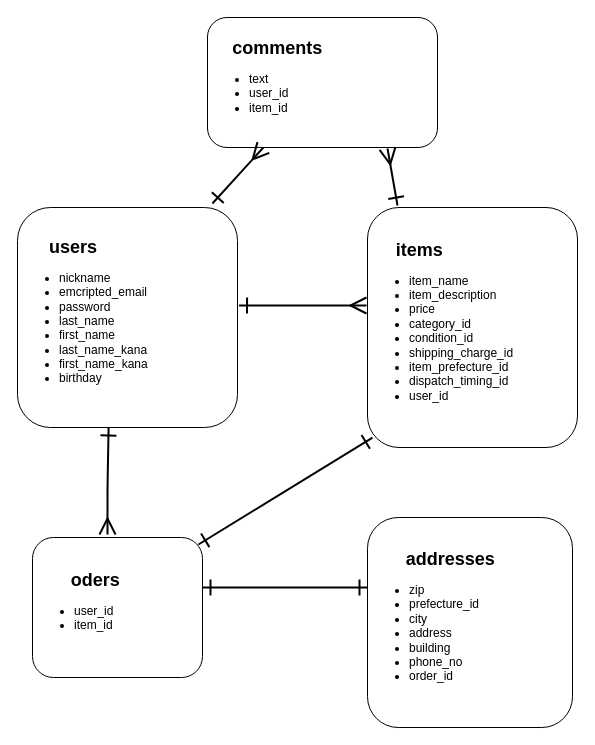
Earlier version of the draw.io diagram ER.drawio (ariyawala/furima-32539). Source tidied: cells renumbered, new cells numbered last; positions are measured from the earlier drawing's top-left corner, leaving out a move shared by most shapes. Both pictures are drawn from the tidied source at 100%, with x=0, y=0 at pixel (17, 17).
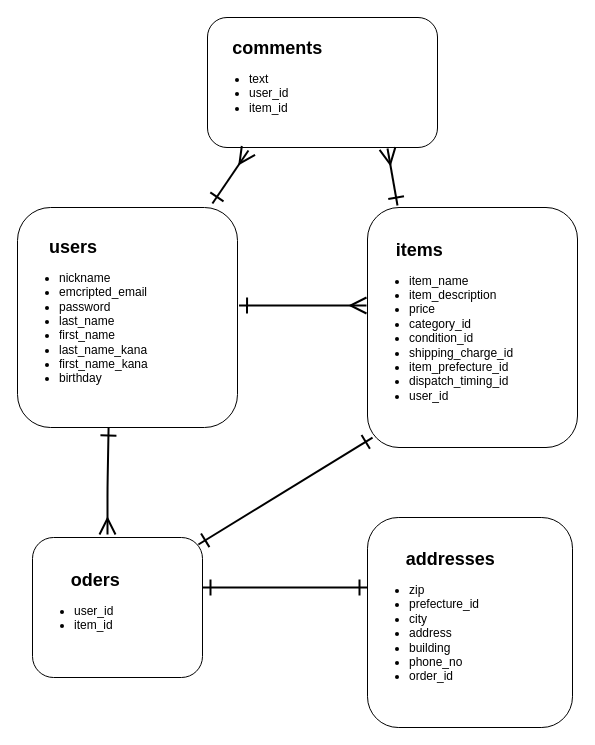
Above is the later version.

What changed in the source:
```diff
@@
 <mxGraphModel>
   <root>
     <mxCell id="0" />
     <mxCell id="1" parent="0" />
     <mxCell id="2" value="&amp;nbsp; &amp;nbsp; &amp;nbsp; &amp;nbsp; &amp;nbsp;&lt;b&gt;&lt;font style=&quot;font-size: 18px&quot;&gt;users&lt;/font&gt;&lt;/b&gt;&lt;br&gt;&lt;ul&gt;&lt;li&gt;nickname&lt;/li&gt;&lt;li&gt;emcripted_email&lt;/li&gt;&lt;li&gt;password&lt;/li&gt;&lt;li&gt;last_name&lt;/li&gt;&lt;li&gt;first_name&lt;/li&gt;&lt;li&gt;last_name_kana&lt;/li&gt;&lt;li&gt;first_name_kana&lt;/li&gt;&lt;li&gt;birthday&lt;/li&gt;&lt;/ul&gt;" style="rounded=1;whiteSpace=wrap;html=1;align=left;" parent="1" vertex="1">
       <mxGeometry y="190" width="220" height="220" as="geometry" />
     </mxCell>
     <mxCell id="3" value="&amp;nbsp; &amp;nbsp; &amp;nbsp; &amp;nbsp; &lt;b&gt;&lt;font style=&quot;font-size: 18px&quot;&gt;items&lt;br&gt;&lt;/font&gt;&lt;/b&gt;&lt;ul&gt;&lt;li&gt;item_name&lt;/li&gt;&lt;li&gt;item_description&lt;/li&gt;&lt;li&gt;price&lt;/li&gt;&lt;li&gt;category_id&lt;/li&gt;&lt;li&gt;condition_id&lt;/li&gt;&lt;li&gt;shipping_charge_id&lt;/li&gt;&lt;li&gt;item_prefecture_id&lt;/li&gt;&lt;li&gt;dispatch_timing_id&lt;/li&gt;&lt;li&gt;user_id&lt;/li&gt;&lt;/ul&gt;" style="rounded=1;whiteSpace=wrap;html=1;align=left;" parent="1" vertex="1">
       <mxGeometry x="350" y="190" width="210" height="240" as="geometry" />
     </mxCell>
     <mxCell id="4" value="&amp;nbsp; &amp;nbsp; &amp;nbsp; &amp;nbsp; &amp;nbsp; &amp;nbsp;&lt;b&gt;&lt;font style=&quot;font-size: 18px&quot;&gt;oders&lt;br&gt;&lt;/font&gt;&lt;/b&gt;&lt;ul&gt;&lt;li&gt;&lt;span&gt;user_id&lt;/span&gt;&lt;br&gt;&lt;/li&gt;&lt;li&gt;&lt;span&gt;item_id&lt;/span&gt;&lt;/li&gt;&lt;/ul&gt;" style="rounded=1;whiteSpace=wrap;html=1;align=left;" parent="1" vertex="1">
       <mxGeometry x="15" y="520" width="170" height="140" as="geometry" />
     </mxCell>
     <mxCell id="5" style="endArrow=ERmany;html=1;exitX=1.007;exitY=0.445;exitDx=0;exitDy=0;exitPerimeter=0;endFill=0;startArrow=ERone;startFill=0;strokeWidth=2;endSize=13;startSize=13;" parent="1" edge="1" source="2">
       <mxGeometry relative="1" as="geometry">
         <mxPoint x="349" y="288" as="targetPoint" />
       </mxGeometry>
     </mxCell>
     <mxCell id="6" style="endArrow=ERmany;html=1;exitX=0.414;exitY=1;exitDx=0;exitDy=0;endFill=0;startArrow=ERone;startFill=0;strokeWidth=2;endSize=13;startSize=13;exitPerimeter=0;" parent="1" edge="1" source="2">
       <mxGeometry relative="1" as="geometry">
         <mxPoint x="90" y="517" as="targetPoint" />
         <Array as="points">
           <mxPoint x="90" y="470" />
         </Array>
       </mxGeometry>
     </mxCell>
     <mxCell id="7" style="endArrow=ERone;html=1;startArrow=ERone;startFill=0;endFill=0;strokeWidth=2;exitX=0.976;exitY=0.05;exitDx=0;exitDy=0;targetPerimeterSpacing=0;endSize=13;startSize=13;exitPerimeter=0;entryX=0.024;entryY=0.959;entryDx=0;entryDy=0;entryPerimeter=0;" parent="1" edge="1" source="4" target="3">
       <mxGeometry relative="1" as="geometry" />
     </mxCell>
     <mxCell id="8" style="edgeStyle=orthogonalEdgeStyle;rounded=0;orthogonalLoop=1;jettySize=auto;html=1;exitX=0.5;exitY=1;exitDx=0;exitDy=0;startArrow=ERone;startFill=0;endArrow=ERone;endFill=0;strokeWidth=3;" parent="1" edge="1" source="3" target="3">
       <mxGeometry relative="1" as="geometry" />
     </mxCell>
     <mxCell id="9" value="&amp;nbsp; &amp;nbsp; &amp;nbsp; &amp;nbsp; &amp;nbsp; &amp;nbsp;&lt;font style=&quot;font-size: 18px&quot;&gt;&lt;b&gt;addresses&lt;/b&gt;&lt;/font&gt;&lt;b&gt;&lt;font style=&quot;font-size: 18px&quot;&gt;&lt;br&gt;&lt;/font&gt;&lt;/b&gt;&lt;ul&gt;&lt;li&gt;zip&lt;/li&gt;&lt;li&gt;prefecture_id&lt;/li&gt;&lt;li&gt;city&lt;/li&gt;&lt;li&gt;address&lt;/li&gt;&lt;li&gt;building&lt;/li&gt;&lt;li&gt;phone_no&lt;/li&gt;&lt;li&gt;order_id&lt;/li&gt;&lt;/ul&gt;" style="rounded=1;whiteSpace=wrap;html=1;align=left;" parent="1" vertex="1">
       <mxGeometry x="350" y="500" width="205" height="210" as="geometry" />
     </mxCell>
     <mxCell id="10" style="endArrow=ERone;html=1;startArrow=ERone;startFill=0;endFill=0;strokeWidth=2;targetPerimeterSpacing=0;endSize=13;startSize=13;" parent="1" edge="1">
       <mxGeometry relative="1" as="geometry">
         <mxPoint x="350" y="570" as="sourcePoint" />
         <mxPoint x="185" y="570" as="targetPoint" />
       </mxGeometry>
     </mxCell>
     <mxCell id="11" value="&lt;span&gt;&amp;nbsp; &amp;nbsp; &amp;nbsp; &amp;nbsp;&lt;/span&gt;&lt;b&gt;&lt;font style=&quot;font-size: 18px&quot;&gt;comments&lt;br&gt;&lt;/font&gt;&lt;/b&gt;&lt;ul&gt;&lt;li&gt;text&lt;/li&gt;&lt;li&gt;user_id&lt;/li&gt;&lt;li&gt;item_id&lt;/li&gt;&lt;/ul&gt;" style="rounded=1;whiteSpace=wrap;html=1;align=left;" parent="1" vertex="1">
       <mxGeometry x="190" width="230" height="130" as="geometry" />
     </mxCell>
-    <mxCell id="12" style="endArrow=ERmany;html=1;exitX=0.886;exitY=-0.018;exitDx=0;exitDy=0;startArrow=ERone;startFill=0;endSize=13;strokeWidth=2;startSize=13;endFill=0;exitPerimeter=0;" parent="1" edge="1" source="2" target="11">
+    <mxCell id="12" style="endArrow=ERmany;html=1;exitX=0.886;exitY=-0.018;exitDx=0;exitDy=0;startArrow=ERone;startFill=0;endSize=13;strokeWidth=2;startSize=13;endFill=0;exitPerimeter=0;entryX=0.178;entryY=1.023;entryDx=0;entryDy=0;entryPerimeter=0;" parent="1" edge="1" source="2" target="11">
       <mxGeometry relative="1" as="geometry" />
     </mxCell>
     <mxCell id="13" style="endArrow=ERmany;html=1;startArrow=ERone;startFill=0;endSize=13;strokeWidth=2;startSize=13;endFill=0;" parent="1" edge="1">
       <mxGeometry relative="1" as="geometry">
         <mxPoint x="380" y="188" as="sourcePoint" />
         <mxPoint x="370" y="131" as="targetPoint" />
       </mxGeometry>
     </mxCell>
   </root>
 </mxGraphModel>
```
